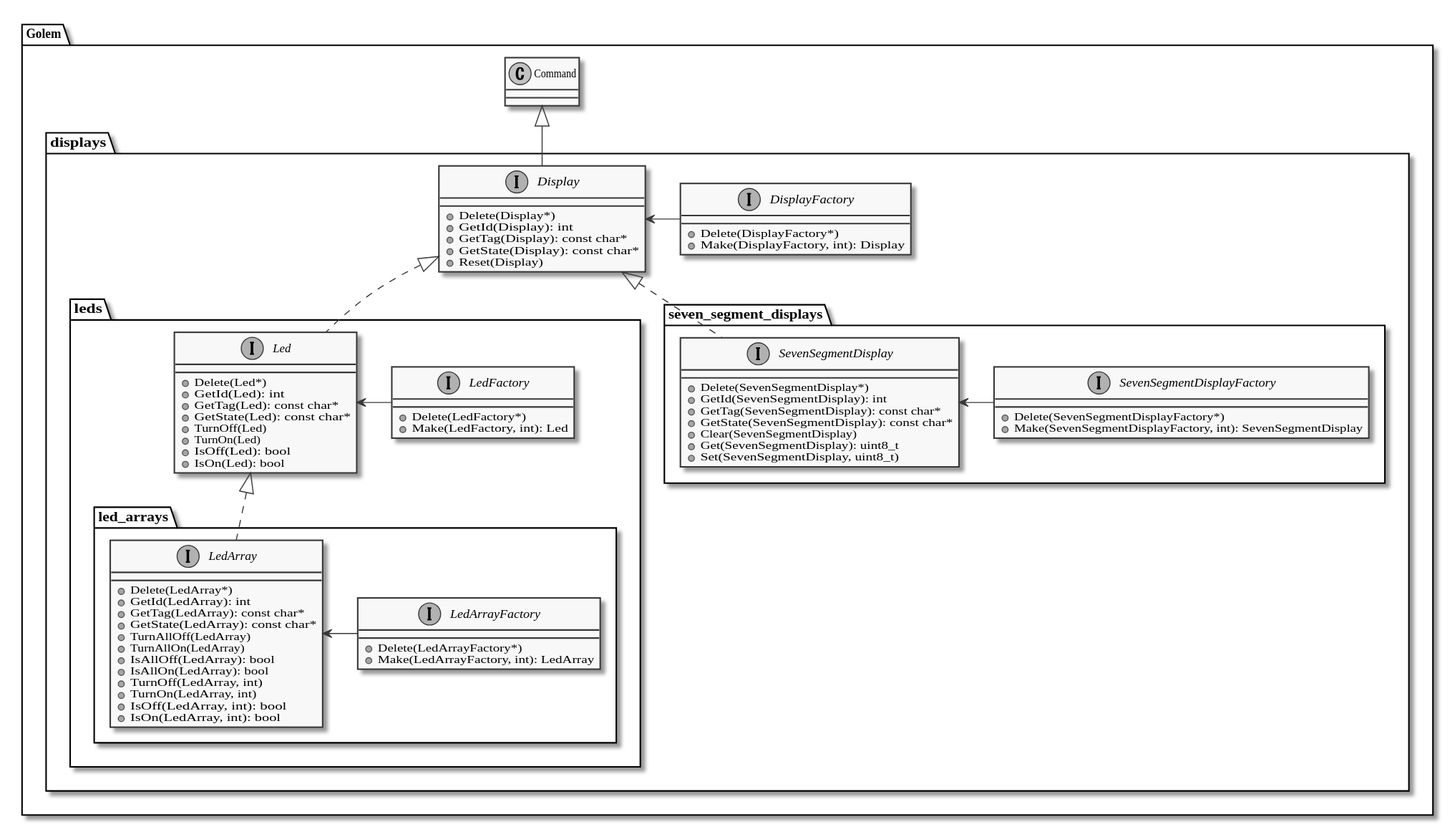
kokabe2/golem keeps this PlantUML diagram as doc/display_class_diagram.svg. Above is the earlier version.
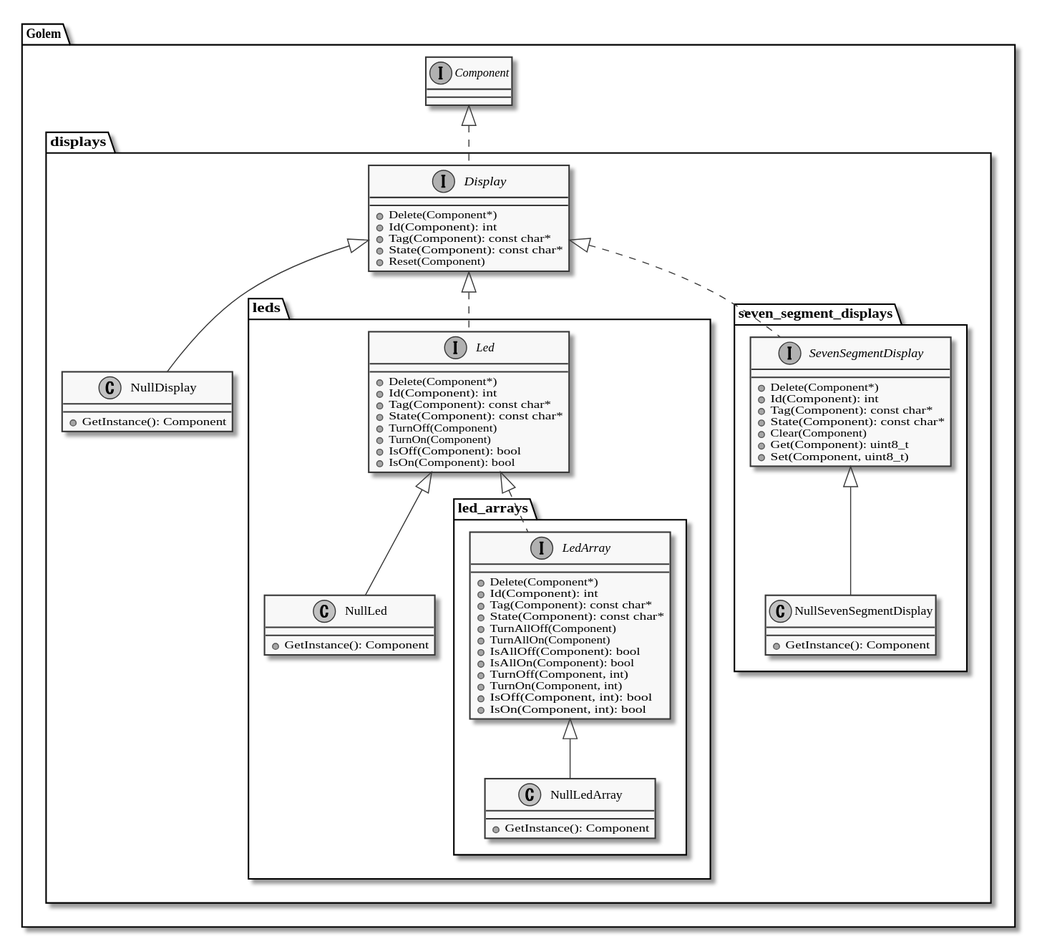
The same diagram one commit later.

Commit message:
Update class diagrams

The edit, as a diff of the source:
```diff
@@ -5,89 +5,87 @@
 }
 
 package Golem {
+    interface Component
+
     folder displays {
         interface Display {
-            + Delete(Display*)
-            + GetId(Display): int
-            + GetTag(Display): const char*
-            + GetState(Display): const char*
-            + Reset(Display)
+            + Delete(Component*)
+            + Id(Component): int
+            + Tag(Component): const char*
+            + State(Component): const char*
+            + Reset(Component)
         }
 
-        interface DisplayFactory {
-            + Delete(DisplayFactory*)
-            + Make(DisplayFactory, int): Display
+        class NullDisplay {
+            + GetInstance(): Component
         }
 
         folder leds {
             interface Led {
-                + Delete(Led*)
-                + GetId(Led): int
-                + GetTag(Led): const char*
-                + GetState(Led): const char*
-                + TurnOff(Led)
-                + TurnOn(Led)
-                + IsOff(Led): bool
-                + IsOn(Led): bool
+                + Delete(Component*)
+                + Id(Component): int
+                + Tag(Component): const char*
+                + State(Component): const char*
+                + TurnOff(Component)
+                + TurnOn(Component)
+                + IsOff(Component): bool
+                + IsOn(Component): bool
             }
 
-            interface LedFactory {
-                + Delete(LedFactory*)
-                + Make(LedFactory, int): Led
+            class NullLed {
+                + GetInstance(): Component
             }
 
             folder led_arrays {
                 interface LedArray {
-                    + Delete(LedArray*)
-                    + GetId(LedArray): int
-                    + GetTag(LedArray): const char*
-                    + GetState(LedArray): const char*
-                    + TurnAllOff(LedArray)
-                    + TurnAllOn(LedArray)
-                    + IsAllOff(LedArray): bool
-                    + IsAllOn(LedArray): bool
-                    + TurnOff(LedArray, int)
-                    + TurnOn(LedArray, int)
-                    + IsOff(LedArray, int): bool
-                    + IsOn(LedArray, int): bool
+                    + Delete(Component*)
+                    + Id(Component): int
+                    + Tag(Component): const char*
+                    + State(Component): const char*
+                    + TurnAllOff(Component)
+                    + TurnAllOn(Component)
+                    + IsAllOff(Component): bool
+                    + IsAllOn(Component): bool
+                    + TurnOff(Component, int)
+                    + TurnOn(Component, int)
+                    + IsOff(Component, int): bool
+                    + IsOn(Component, int): bool
                 }
 
-                interface LedArrayFactory {
-                    + Delete(LedArrayFactory*)
-                    + Make(LedArrayFactory, int): LedArray
+                class NullLedArray {
+                    + GetInstance(): Component
                 }
 
-                LedArray <- LedArrayFactory
+                LedArray <|-- NullLedArray
             }
 
-            Led <- LedFactory
+            Led <|-- NullLed
             Led <|.. LedArray
         }
 
         folder seven_segment_displays {
             interface SevenSegmentDisplay {
-                + Delete(SevenSegmentDisplay*)
-                + GetId(SevenSegmentDisplay): int
-                + GetTag(SevenSegmentDisplay): const char*
-                + GetState(SevenSegmentDisplay): const char*
-                + Clear(SevenSegmentDisplay)
-                + Get(SevenSegmentDisplay): uint8_t
-                + Set(SevenSegmentDisplay, uint8_t)
+                + Delete(Component*)
+                + Id(Component): int
+                + Tag(Component): const char*
+                + State(Component): const char*
+                + Clear(Component)
+                + Get(Component): uint8_t
+                + Set(Component, uint8_t)
             }
 
-            interface SevenSegmentDisplayFactory {
-                + Delete(SevenSegmentDisplayFactory*)
-                + Make(SevenSegmentDisplayFactory, int): SevenSegmentDisplay
-            }
+                class NullSevenSegmentDisplay {
+                    + GetInstance(): Component
+                }
 
-            SevenSegmentDisplay <- SevenSegmentDisplayFactory
+            SevenSegmentDisplay <|-- NullSevenSegmentDisplay
         }
 
-        Display <- DisplayFactory
+        Display <|-- NullDisplay
         Display <|.. Led
         Display <|.. SevenSegmentDisplay
     }
 
-    Command <|-- Display
+    Component <|.. Display
 }
 @enduml
```
